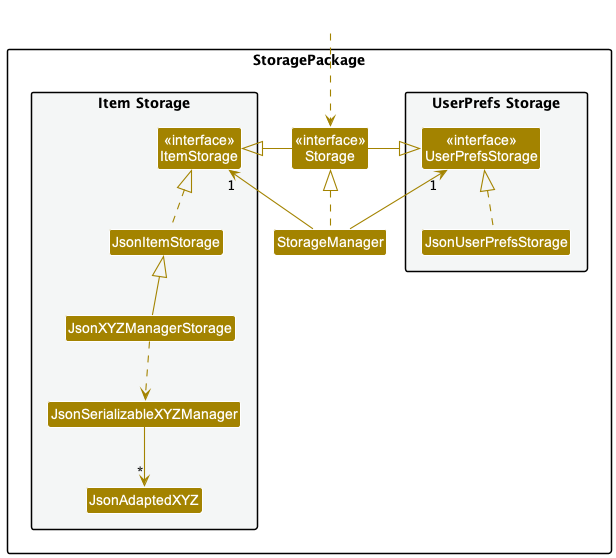
Above: docs/images/WingmanStorageClassDiagram.png in nus-cs2103-AY2223S2/tp (PlantUML), before the change.
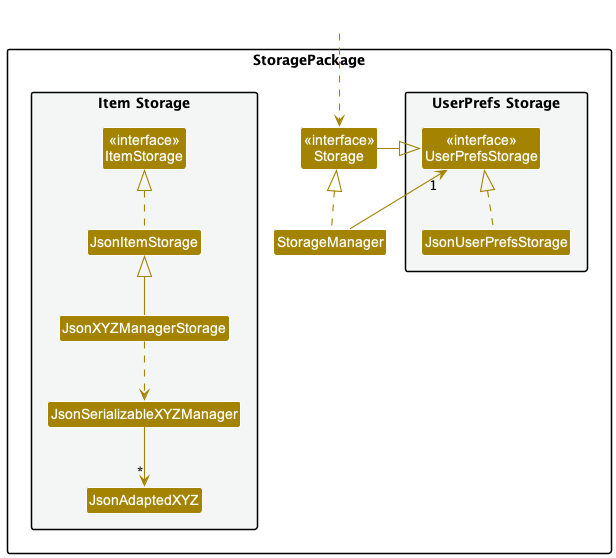
After the commit.

Commit message:
Adjust formatting and Add UML descriptions

What changed in the source:
```diff
@@ -29,10 +29,8 @@
 
 StorageManager .up.|> Storage
 StorageManager -up-> "1" UserPrefsStorage
-StorageManager -up-> "1" ItemStorage
 
 Storage -left-|> UserPrefsStorage
-Storage -right-|> ItemStorage
 
 JsonUserPrefsStorage .up.|> UserPrefsStorage
 JsonItemStorage .up.|> ItemStorage
```
